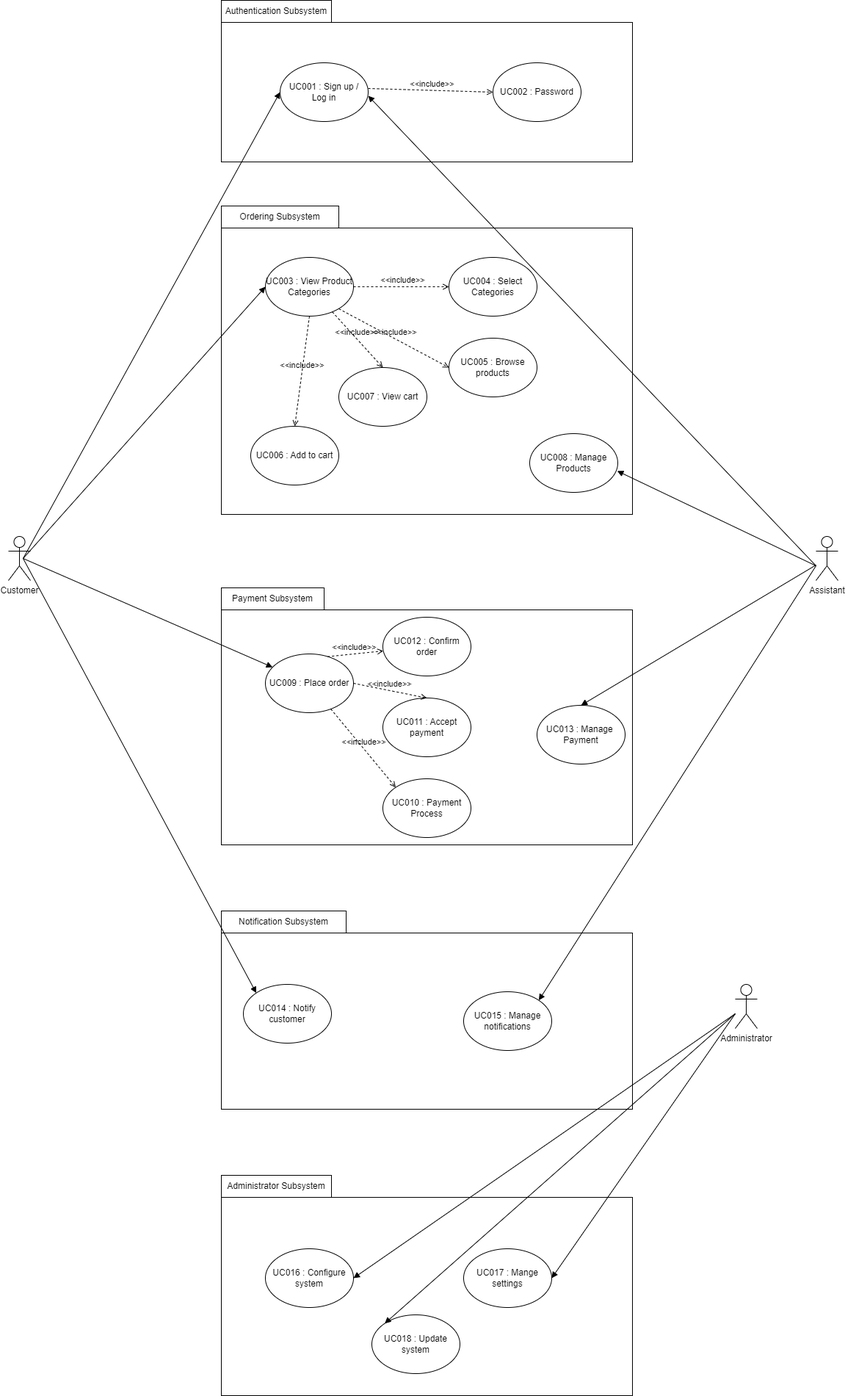
Before: proposal/submission/sec02/Allen/diagram.png, a diagram exported from draw.io (drshahizan/software-engineering). Source tidied: cells renumbered, new cells last; positions are measured from the earlier drawing's top-left corner, leaving out a move shared by most shapes.
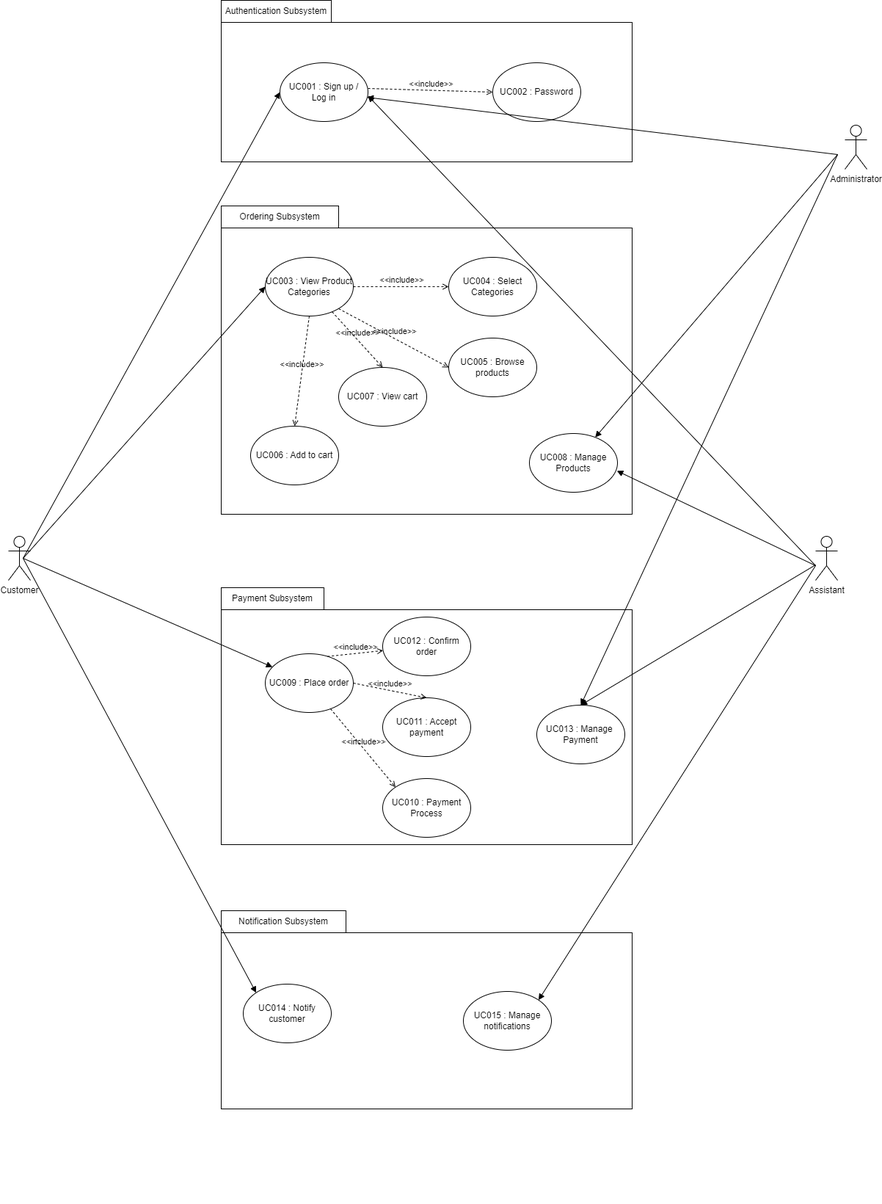
After the change.

The edit, as a diff of the source:
```diff
@@ -71,24 +71,12 @@
     <mxCell id="24" value="UC015 : Manage notifications" style="ellipse;whiteSpace=wrap;html=1;" parent="1" vertex="1">
       <mxGeometry x="620" y="1350" width="120" height="80" as="geometry" />
     </mxCell>
-    <mxCell id="25" style="rounded=0;whiteSpace=wrap;html=1;" parent="1" vertex="1">
-      <mxGeometry x="290" y="1630" width="560" height="270" as="geometry" />
-    </mxCell>
-    <mxCell id="26" style="edgeStyle=none;html=1;" parent="1" edge="1" source="27" target="25">
-      <mxGeometry relative="1" as="geometry" />
+    <mxCell id="26" style="edgeStyle=none;html=1;" parent="1" edge="1">
+      <mxGeometry relative="1" as="geometry">
+        <mxPoint x="385.5" y="1630" as="sourcePoint" />
+        <mxPoint x="385.5" y="1630" as="targetPoint" />
+      </mxGeometry>
     </mxCell>
-    <mxCell id="27" value="Administrator Subsystem" style="rounded=0;whiteSpace=wrap;html=1;" parent="1" vertex="1">
-      <mxGeometry x="290" y="1600" width="150" height="30" as="geometry" />
-    </mxCell>
-    <mxCell id="28" value="UC016 : Configure system" style="ellipse;whiteSpace=wrap;html=1;" parent="1" vertex="1">
-      <mxGeometry x="350" y="1700" width="120" height="80" as="geometry" />
-    </mxCell>
-    <mxCell id="29" value="UC017 : Mange settings" style="ellipse;whiteSpace=wrap;html=1;" parent="1" vertex="1">
-      <mxGeometry x="620" y="1700" width="120" height="80" as="geometry" />
-    </mxCell>
-    <mxCell id="30" value="UC018 : Update system" style="ellipse;whiteSpace=wrap;html=1;" parent="1" vertex="1">
-      <mxGeometry x="495" y="1790" width="120" height="80" as="geometry" />
-    </mxCell>
     <mxCell id="31" value="Customer&lt;br&gt;" style="shape=umlActor;verticalLabelPosition=bottom;verticalAlign=top;html=1;" parent="1" vertex="1">
       <mxGeometry y="730" width="30" height="60" as="geometry" />
     </mxCell>
@@ -165,22 +153,22 @@
       </mxGeometry>
     </mxCell>
     <mxCell id="49" value="Administrator" style="shape=umlActor;verticalLabelPosition=bottom;verticalAlign=top;html=1;" parent="1" vertex="1">
-      <mxGeometry x="990" y="1340" width="30" height="60" as="geometry" />
+      <mxGeometry x="1140" y="170" width="30" height="60" as="geometry" />
     </mxCell>
-    <mxCell id="50" style="html=1;verticalAlign=bottom;labelBackgroundColor=none;endArrow=block;endFill=1;entryX=1;entryY=0.5;entryDx=0;entryDy=0;" parent="1" edge="1" target="29">
-      <mxGeometry relative="1" as="geometry">
-        <mxPoint x="990" y="1380" as="sourcePoint" />
-      </mxGeometry>
-    </mxCell>
-    <mxCell id="51" style="html=1;verticalAlign=bottom;labelBackgroundColor=none;endArrow=block;endFill=1;entryX=0;entryY=0;entryDx=0;entryDy=0;" parent="1" edge="1" target="30">
+    <mxCell id="51" style="html=1;verticalAlign=bottom;labelBackgroundColor=none;endArrow=block;endFill=1;" parent="1" edge="1" target="11">
       <mxGeometry relative="1" as="geometry">
-        <mxPoint x="990" y="1380" as="sourcePoint" />
+        <mxPoint x="1130" y="210" as="sourcePoint" />
       </mxGeometry>
     </mxCell>
-    <mxCell id="52" style="html=1;verticalAlign=bottom;labelBackgroundColor=none;endArrow=block;endFill=1;entryX=1;entryY=0.5;entryDx=0;entryDy=0;" parent="1" edge="1" target="28">
+    <mxCell id="52" style="html=1;verticalAlign=bottom;labelBackgroundColor=none;endArrow=block;endFill=1;entryX=0.5;entryY=0;entryDx=0;entryDy=0;" parent="1" edge="1" target="20">
       <mxGeometry relative="1" as="geometry">
-        <mxPoint x="990" y="1380" as="sourcePoint" />
+        <mxPoint x="1130" y="210" as="sourcePoint" />
       </mxGeometry>
     </mxCell>
+    <mxCell id="53" style="html=1;verticalAlign=bottom;labelBackgroundColor=none;endArrow=block;endFill=1;" parent="1" edge="1" target="4">
+      <mxGeometry relative="1" as="geometry">
+        <mxPoint x="1130" y="210" as="sourcePoint" />
+      </mxGeometry>
+    </mxCell>
   </root>
 </mxGraphModel>
```
